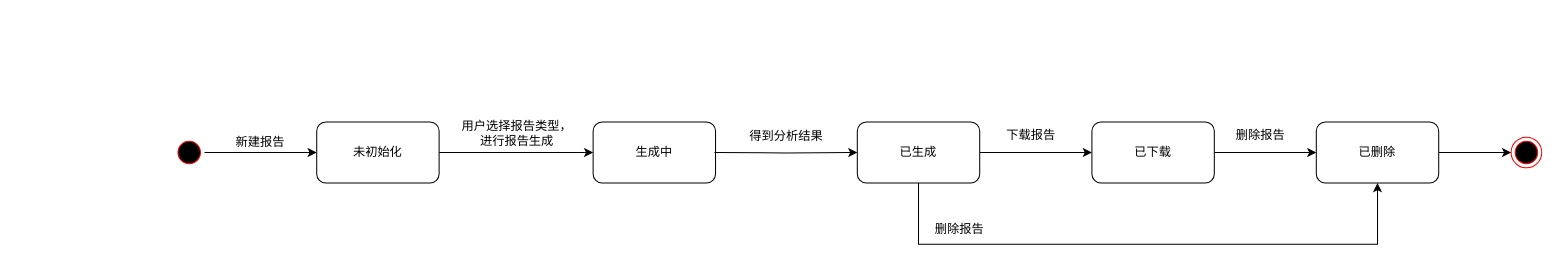
PomeloLemon/SoftwareDiagrams keeps this draw.io diagram as Report状态图.drawio. Above is the earlier version. Source tidied: cells renumbered, new cells numbered last; positions are measured from the earlier drawing's top-left corner, leaving out a move shared by most shapes. Both pictures are drawn from the tidied source at 102%, with x=0, y=0 at pixel (173, 112).
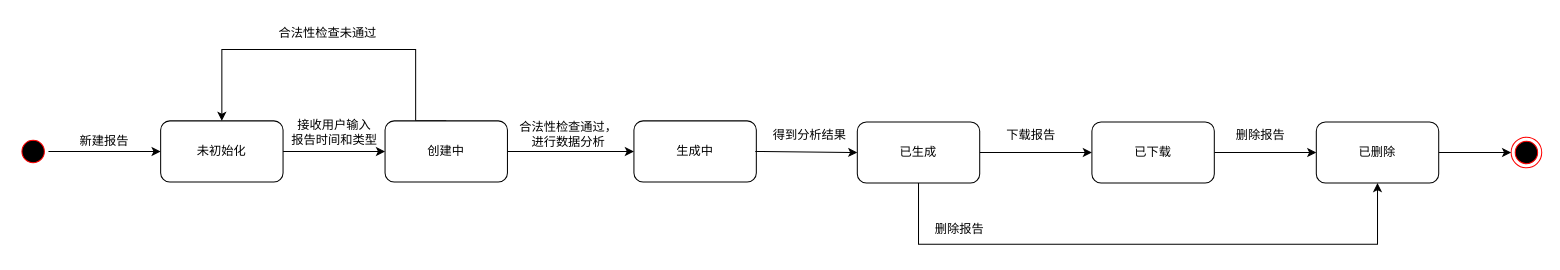
The same diagram, later.

Commit message:
更新Report状态图.drawio

The change refers to these unchanged cells:
```xml
<mxCell id="13" value="已生成" style="rounded=1;whiteSpace=wrap;html=1;" parent="1" vertex="1">
  <mxGeometry x="670" y="9" width="120" height="60" as="geometry" />
</mxCell>
```

What changed in the source:
```diff
@@
-    <mxCell id="2" style="edgeStyle=orthogonalEdgeStyle;rounded=0;jettySize=auto;html=1;entryX=0;entryY=0.5;entryDx=0;entryDy=0;" parent="1" edge="1" source="3" target="7">
-      <mxGeometry relative="1" as="geometry" />
-    </mxCell>
-    <mxCell id="3" value="未初始化" style="rounded=1;whiteSpace=wrap;html=1;" parent="1" vertex="1">
-      <mxGeometry x="140" y="9" width="120" height="60" as="geometry" />
-    </mxCell>
-    <mxCell id="4" style="edgeStyle=orthogonalEdgeStyle;rounded=0;jettySize=auto;html=1;" parent="1" edge="1" source="5" target="3">
-      <mxGeometry relative="1" as="geometry" />
-    </mxCell>
-    <mxCell id="5" style="ellipse;html=1;shape=startState;fillColor=#000000;strokeColor=#ff0000;" parent="1" vertex="1">
-      <mxGeometry y="24" width="30" height="30" as="geometry" />
-    </mxCell>
-    <mxCell id="6" value="新建报告" style="text;html=1;strokeColor=none;fillColor=none;align=center;verticalAlign=middle;whiteSpace=wrap;rounded=0;" parent="1" vertex="1">
-      <mxGeometry x="20" y="14" width="130" height="30" as="geometry" />
-    </mxCell>
     <mxCell id="7" value="生成中" style="rounded=1;whiteSpace=wrap;html=1;" parent="1" vertex="1">
-      <mxGeometry x="411" y="9" width="120" height="60" as="geometry" />
+      <mxGeometry x="451" y="8" width="120" height="60" as="geometry" />
     </mxCell>
-    <mxCell id="8" value="用户选择报告类型，&lt;br&gt;进行报告生成" style="text;html=1;align=center;verticalAlign=middle;strokeColor=none;fillColor=none;" parent="1" vertex="1">
-      <mxGeometry x="271" width="130" height="40" as="geometry" />
-    </mxCell>
     <mxCell id="9" style="edgeStyle=orthogonalEdgeStyle;rounded=0;jettySize=auto;html=1;entryX=0;entryY=0.5;entryDx=0;entryDy=0;" parent="1" edge="1" target="13">
       <mxGeometry relative="1" as="geometry">
-        <mxPoint x="530" y="39" as="sourcePoint" />
+        <mxPoint x="570" y="38" as="sourcePoint" />
       </mxGeometry>
     </mxCell>
@@
     <mxCell id="14" value="得到分析结果" style="text;html=1;align=center;verticalAlign=middle;strokeColor=none;fillColor=none;" parent="1" vertex="1">
-      <mxGeometry x="550" y="8" width="100" height="30" as="geometry" />
+      <mxGeometry x="573" y="7" width="100" height="30" as="geometry" />
     </mxCell>
@@
+    <mxCell id="22" style="edgeStyle=orthogonalEdgeStyle;rounded=0;jettySize=auto;html=1;entryX=0;entryY=0.5;entryDx=0;entryDy=0;" parent="1" edge="1" source="3" target="27">
+      <mxGeometry relative="1" as="geometry" />
+    </mxCell>
+    <mxCell id="3" value="未初始化" style="rounded=1;whiteSpace=wrap;html=1;" parent="1" vertex="1">
+      <mxGeometry x="-13" y="8" width="120" height="60" as="geometry" />
+    </mxCell>
+    <mxCell id="23" style="edgeStyle=orthogonalEdgeStyle;rounded=0;jettySize=auto;html=1;" parent="1" edge="1" source="24" target="3">
+      <mxGeometry relative="1" as="geometry" />
+    </mxCell>
+    <mxCell id="24" style="ellipse;html=1;shape=startState;fillColor=#000000;strokeColor=#ff0000;" parent="1" vertex="1">
+      <mxGeometry x="-153" y="23" width="30" height="30" as="geometry" />
+    </mxCell>
+    <mxCell id="6" value="新建报告" style="text;html=1;strokeColor=none;fillColor=none;align=center;verticalAlign=middle;whiteSpace=wrap;rounded=0;" parent="1" vertex="1">
+      <mxGeometry x="-133" y="13" width="130" height="30" as="geometry" />
+    </mxCell>
+    <mxCell id="25" style="edgeStyle=orthogonalEdgeStyle;rounded=0;jettySize=auto;html=1;exitX=0.5;exitY=0;exitDx=0;exitDy=0;entryX=0.5;entryY=0;entryDx=0;entryDy=0;" parent="1" edge="1" source="27" target="3">
+      <mxGeometry relative="1" as="geometry">
+        <Array as="points">
+          <mxPoint x="237" y="8" />
+          <mxPoint x="237" y="-62" />
+          <mxPoint x="47" y="-62" />
+        </Array>
+      </mxGeometry>
+    </mxCell>
+    <mxCell id="26" style="edgeStyle=orthogonalEdgeStyle;rounded=0;jettySize=auto;html=1;" parent="1" edge="1" source="27">
+      <mxGeometry relative="1" as="geometry">
+        <mxPoint x="451" y="38" as="targetPoint" />
+      </mxGeometry>
+    </mxCell>
+    <mxCell id="27" value="创建中" style="rounded=1;whiteSpace=wrap;html=1;" parent="1" vertex="1">
+      <mxGeometry x="207" y="8" width="120" height="60" as="geometry" />
+    </mxCell>
+    <mxCell id="28" value="接收用户输入&lt;br&gt;报告时间和类型" style="text;html=1;align=center;verticalAlign=middle;strokeColor=none;fillColor=none;" parent="1" vertex="1">
+      <mxGeometry x="102" y="-1" width="110" height="40" as="geometry" />
+    </mxCell>
+    <mxCell id="29" value="合法性检查通过，&lt;br&gt;进行数据分析" style="text;html=1;strokeColor=none;fillColor=none;align=center;verticalAlign=middle;whiteSpace=wrap;rounded=0;" parent="1" vertex="1">
+      <mxGeometry x="322" y="6" width="130" height="30" as="geometry" />
+    </mxCell>
+    <mxCell id="30" value="合法性检查未通过" style="text;html=1;strokeColor=none;fillColor=none;align=center;verticalAlign=middle;whiteSpace=wrap;rounded=0;" parent="1" vertex="1">
+      <mxGeometry x="76" y="-93" width="150" height="30" as="geometry" />
+    </mxCell>
```
